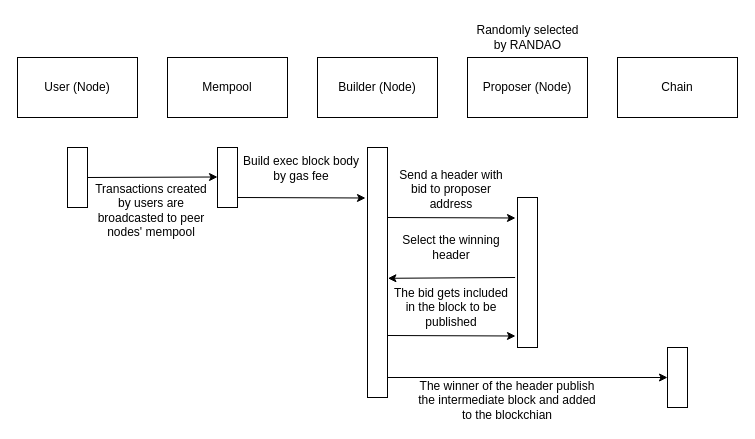
This is assets/agent workflow.drawio from xujiahuayz/mev-resist-consensus, a draw.io file, before an edit. Source tidied: cells renumbered, new cells numbered last; positions are measured from the earlier drawing's top-left corner, leaving out a move shared by most shapes. Both pictures are drawn from the tidied source at 100%, with x=0, y=0 at pixel (17, 17).
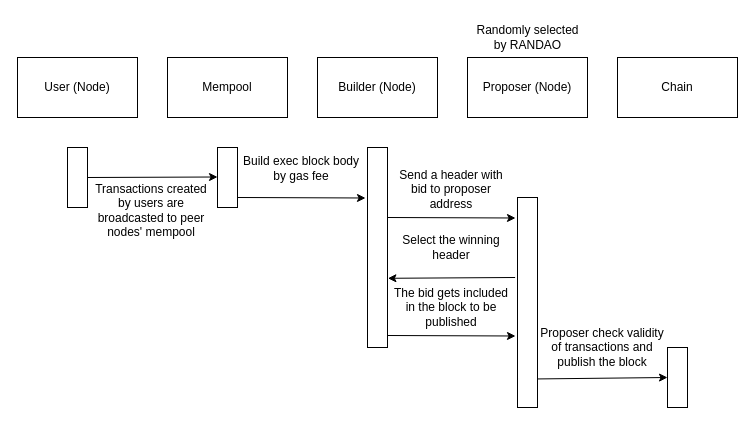
Above is the later version.

Unchanged cells that the change refers to:
```xml
<mxCell id="18" style="rounded=0;whiteSpace=wrap;html=1;" parent="1" vertex="1">
  <mxGeometry x="650" y="330" width="20" height="60" as="geometry" />
</mxCell>
```

What changed in the source:
```diff
@@
     <mxCell id="9" style="rounded=0;whiteSpace=wrap;html=1;" parent="1" vertex="1">
-      <mxGeometry x="350" y="130" width="20" height="250" as="geometry" />
+      <mxGeometry x="350" y="130" width="20" height="200" as="geometry" />
     </mxCell>
@@
     <mxCell id="13" style="rounded=0;whiteSpace=wrap;html=1;" parent="1" vertex="1">
-      <mxGeometry x="500" y="180" width="20" height="150" as="geometry" />
+      <mxGeometry x="500" y="180" width="20" height="210" as="geometry" />
     </mxCell>
@@
-    <mxCell id="16" style="endArrow=classic;html=1;rounded=0;entryX=0;entryY=0.5;entryDx=0;entryDy=0;" parent="1" edge="1" target="18">
-      <mxGeometry relative="1" as="geometry">
-        <mxPoint x="370" y="360" as="sourcePoint" />
-      </mxGeometry>
+    <mxCell id="16" style="endArrow=classic;html=1;rounded=0;entryX=0;entryY=0.5;entryDx=0;entryDy=0;exitX=1;exitY=0.864;exitDx=0;exitDy=0;exitPerimeter=0;" parent="1" edge="1" source="13" target="18">
+      <mxGeometry relative="1" as="geometry" />
     </mxCell>
@@
-    <mxCell id="19" value="The winner of the header publish the intermediate block and added to the blockchian" style="rounded=0;whiteSpace=wrap;html=1;strokeColor=none;fillColor=none;" parent="1" vertex="1">
-      <mxGeometry x="400" y="363" width="180" height="40" as="geometry" />
+    <mxCell id="19" value="Proposer check validity of transactions and publish the block" style="rounded=0;whiteSpace=wrap;html=1;strokeColor=none;fillColor=none;" parent="1" vertex="1">
+      <mxGeometry x="520" y="310" width="130" height="40" as="geometry" />
     </mxCell>
```
